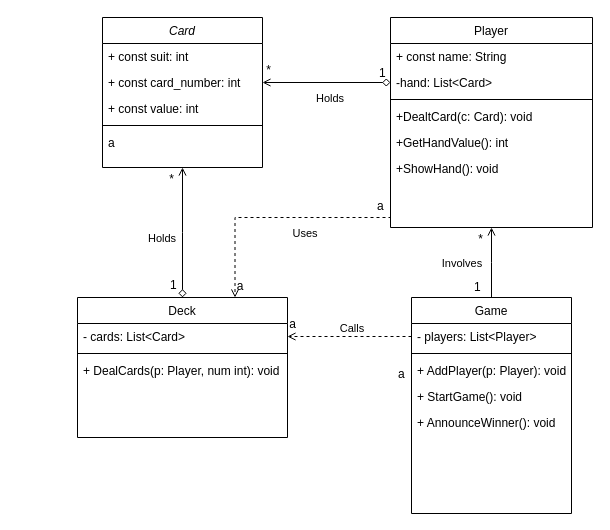
Above: assets/src/Deif exercise.drawio in Morsianeren/DeifExercisePublic (draw.io), before the change. Source tidied: cells renumbered, new cells numbered last; positions are measured from the earlier drawing's top-left corner, leaving out a move shared by most shapes. Both pictures are drawn from the tidied source at 100%, with x=0, y=0 at pixel (77, 17).
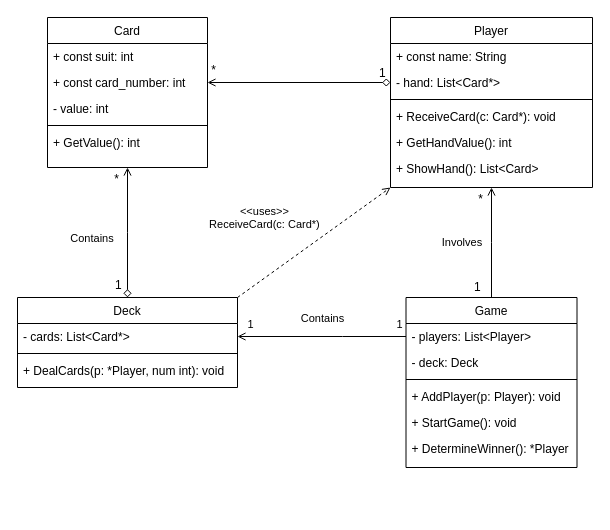
Above is the later version.

Unchanged cells that the change refers to:
```xml
<mxCell id="4" value="+ const card_number: int" style="text;align=left;verticalAlign=top;spacingLeft=4;spacingRight=4;overflow=hidden;points=[[0,0.5],[1,0.5]];portConstraint=eastwest;rounded=0;shadow=0;html=0;" parent="2" vertex="1">
  <mxGeometry y="52" width="160" height="26" as="geometry" />
</mxCell>
```

Diff of the diagram source:
```diff
@@
-    <mxCell id="2" value="Card" style="swimlane;fontStyle=2;align=center;verticalAlign=top;horizontal=1;startSize=26;rounded=0;shadow=0;strokeWidth=1;" parent="1" vertex="1">
-      <mxGeometry x="25" width="160" height="150" as="geometry" />
+    <mxCell id="2" value="Card" style="swimlane;fontStyle=0;align=center;verticalAlign=top;horizontal=1;startSize=26;rounded=0;shadow=0;strokeWidth=1;" parent="1" vertex="1">
+      <mxGeometry x="-30" width="160" height="150" as="geometry" />
     </mxCell>
@@
-    <mxCell id="5" value="+ const value: int" style="text;align=left;verticalAlign=top;spacingLeft=4;spacingRight=4;overflow=hidden;rounded=0;shadow=0;html=0;" parent="2" vertex="1">
+    <mxCell id="5" value="- value: int" style="text;align=left;verticalAlign=top;spacingLeft=4;spacingRight=4;overflow=hidden;rounded=0;shadow=0;html=0;" parent="2" vertex="1">
       <mxGeometry y="78" width="160" height="26" as="geometry" />
     </mxCell>
@@
-    <mxCell id="7" value="a" style="text;align=left;verticalAlign=top;spacingLeft=4;spacingRight=4;overflow=hidden;" parent="2" vertex="1">
+    <mxCell id="7" value="+ GetValue(): int" style="text;align=left;verticalAlign=top;spacingLeft=4;spacingRight=4;overflow=hidden;" parent="2" vertex="1">
       <mxGeometry y="112" width="160" height="26" as="geometry" />
     </mxCell>
     <mxCell id="8" value="Deck" style="swimlane;fontStyle=0;align=center;verticalAlign=top;horizontal=1;startSize=26;rounded=0;shadow=0;strokeWidth=1;" parent="1" vertex="1">
-      <mxGeometry y="280" width="210" height="140" as="geometry" />
+      <mxGeometry x="-60" y="280" width="220" height="90" as="geometry" />
     </mxCell>
-    <mxCell id="9" value="- cards: List&lt;Card&gt;" style="text;align=left;verticalAlign=top;spacingLeft=4;spacingRight=4;overflow=hidden;points=[[0,0.5],[1,0.5]];portConstraint=eastwest;" parent="8" vertex="1">
-      <mxGeometry y="26" width="210" height="26" as="geometry" />
+    <mxCell id="9" value="- cards: List&lt;Card*&gt;" style="text;align=left;verticalAlign=top;spacingLeft=4;spacingRight=4;overflow=hidden;points=[[0,0.5],[1,0.5]];portConstraint=eastwest;" parent="8" vertex="1">
+      <mxGeometry y="26" width="220" height="26" as="geometry" />
     </mxCell>
     <mxCell id="10" style="line;html=1;strokeWidth=1;align=left;verticalAlign=middle;spacingTop=-1;spacingLeft=3;spacingRight=3;labelPosition=right;" parent="8" vertex="1">
-      <mxGeometry y="52" width="210" height="8" as="geometry" />
+      <mxGeometry y="52" width="220" height="8" as="geometry" />
     </mxCell>
-    <mxCell id="11" value="+ DealCards(p: Player, num int): void" style="text;align=left;verticalAlign=top;spacingLeft=4;spacingRight=4;overflow=hidden;" parent="8" vertex="1">
-      <mxGeometry y="60" width="210" height="26" as="geometry" />
+    <mxCell id="11" value="+ DealCards(p: *Player, num int): void" style="text;align=left;verticalAlign=top;spacingLeft=4;spacingRight=4;overflow=hidden;" parent="8" vertex="1">
+      <mxGeometry y="60" width="220" height="26" as="geometry" />
     </mxCell>
     <mxCell id="12" value="Player" style="swimlane;fontStyle=0;align=center;verticalAlign=top;horizontal=1;startSize=26;rounded=0;shadow=0;strokeWidth=1;" parent="1" vertex="1">
-      <mxGeometry x="313" width="202" height="210" as="geometry" />
+      <mxGeometry x="313" width="202" height="170" as="geometry" />
     </mxCell>
@@
-    <mxCell id="14" value="-hand: List&lt;Card&gt;" style="text;align=left;verticalAlign=top;spacingLeft=4;spacingRight=4;overflow=hidden;points=[[0,0.5],[1,0.5]];portConstraint=eastwest;rounded=0;shadow=0;html=0;" parent="12" vertex="1">
+    <mxCell id="14" value="- hand: List&lt;Card*&gt;" style="text;align=left;verticalAlign=top;spacingLeft=4;spacingRight=4;overflow=hidden;points=[[0,0.5],[1,0.5]];portConstraint=eastwest;rounded=0;shadow=0;html=0;" parent="12" vertex="1">
       <mxGeometry y="52" width="202" height="26" as="geometry" />
     </mxCell>
@@
-    <mxCell id="16" value="+DealtCard(c: Card): void" style="text;align=left;verticalAlign=top;spacingLeft=4;spacingRight=4;overflow=hidden;" parent="12" vertex="1">
+    <mxCell id="16" value="+ ReceiveCard(c: Card*): void" style="text;align=left;verticalAlign=top;spacingLeft=4;spacingRight=4;overflow=hidden;" parent="12" vertex="1">
       <mxGeometry y="86" width="202" height="26" as="geometry" />
     </mxCell>
-    <mxCell id="17" value="+GetHandValue(): int" style="text;align=left;verticalAlign=top;spacingLeft=4;spacingRight=4;overflow=hidden;" parent="12" vertex="1">
+    <mxCell id="17" value="+ GetHandValue(): int" style="text;align=left;verticalAlign=top;spacingLeft=4;spacingRight=4;overflow=hidden;" parent="12" vertex="1">
       <mxGeometry y="112" width="202" height="26" as="geometry" />
     </mxCell>
-    <mxCell id="18" value="+ShowHand(): void" style="text;align=left;verticalAlign=top;spacingLeft=4;spacingRight=4;overflow=hidden;points=[[0,0.5],[1,0.5]];portConstraint=eastwest;" parent="12" vertex="1">
+    <mxCell id="18" value="+ ShowHand(): List&lt;Card&gt;" style="text;align=left;verticalAlign=top;spacingLeft=4;spacingRight=4;overflow=hidden;points=[[0,0.5],[1,0.5]];portConstraint=eastwest;" parent="12" vertex="1">
       <mxGeometry y="138" width="202" height="26" as="geometry" />
     </mxCell>
     <mxCell id="19" value="Game" style="swimlane;fontStyle=0;align=center;verticalAlign=top;horizontal=1;startSize=26;rounded=0;shadow=0;strokeWidth=1;" parent="1" vertex="1">
-      <mxGeometry x="334" y="280" width="160" height="216" as="geometry" />
+      <mxGeometry x="328.5" y="280" width="171" height="170" as="geometry" />
     </mxCell>
     <mxCell id="20" value="- players: List&lt;Player&gt;" style="text;align=left;verticalAlign=top;spacingLeft=4;spacingRight=4;overflow=hidden;points=[[0,0.5],[1,0.5]];portConstraint=eastwest;" parent="19" vertex="1">
-      <mxGeometry y="26" width="160" height="26" as="geometry" />
+      <mxGeometry y="26" width="171" height="26" as="geometry" />
     </mxCell>
+    <mxCell id="40" value="- deck: Deck" style="text;align=left;verticalAlign=top;spacingLeft=4;spacingRight=4;overflow=hidden;" parent="19" vertex="1">
+      <mxGeometry y="52" width="171" height="26" as="geometry" />
+    </mxCell>
     <mxCell id="21" style="line;html=1;strokeWidth=1;align=left;verticalAlign=middle;spacingTop=-1;spacingLeft=3;spacingRight=3;labelPosition=right;" parent="19" vertex="1">
-      <mxGeometry y="52" width="160" height="8" as="geometry" />
+      <mxGeometry y="78" width="171" height="8" as="geometry" />
     </mxCell>
     <mxCell id="22" value="+ AddPlayer(p: Player): void" style="text;align=left;verticalAlign=top;spacingLeft=4;spacingRight=4;overflow=hidden;" parent="19" vertex="1">
-      <mxGeometry y="60" width="160" height="26" as="geometry" />
+      <mxGeometry y="86" width="171" height="26" as="geometry" />
     </mxCell>
     <mxCell id="23" value="+ StartGame(): void" style="text;align=left;verticalAlign=top;spacingLeft=4;spacingRight=4;overflow=hidden;" parent="19" vertex="1">
-      <mxGeometry y="86" width="160" height="26" as="geometry" />
+      <mxGeometry y="112" width="171" height="26" as="geometry" />
     </mxCell>
-    <mxCell id="24" value="+ AnnounceWinner(): void" style="text;align=left;verticalAlign=top;spacingLeft=4;spacingRight=4;overflow=hidden;" parent="19" vertex="1">
-      <mxGeometry y="112" width="160" height="26" as="geometry" />
+    <mxCell id="24" value="+ DetermineWinner(): *Player" style="text;align=left;verticalAlign=top;spacingLeft=4;spacingRight=4;overflow=hidden;" parent="19" vertex="1">
+      <mxGeometry y="138" width="171" height="26" as="geometry" />
     </mxCell>
-    <mxCell id="25" value="Holds" style="endArrow=open;shadow=0;strokeWidth=1;rounded=0;curved=0;endFill=0;edgeStyle=elbowEdgeStyle;elbow=vertical;entryX=0.5;entryY=1;entryDx=0;entryDy=0;exitX=0.5;exitY=0;exitDx=0;exitDy=0;startArrow=diamond;startFill=0;" parent="1" edge="1" source="8" target="2">
-      <mxGeometry x="-0.08" y="20" relative="1" as="geometry" />
+    <mxCell id="25" value="Contains" style="endArrow=open;shadow=0;strokeWidth=1;rounded=0;curved=0;endFill=0;edgeStyle=elbowEdgeStyle;elbow=vertical;entryX=0.5;entryY=1;entryDx=0;entryDy=0;exitX=0.5;exitY=0;exitDx=0;exitDy=0;startArrow=diamond;startFill=0;" parent="1" edge="1" source="8" target="2">
+      <mxGeometry x="-0.08" y="35" relative="1" as="geometry" />
     </mxCell>
@@
-    <mxCell id="31" value="Holds" style="endArrow=open;shadow=0;strokeWidth=1;rounded=0;curved=0;endFill=0;edgeStyle=elbowEdgeStyle;elbow=vertical;exitX=0;exitY=0.5;exitDx=0;exitDy=0;entryX=1;entryY=0.5;entryDx=0;entryDy=0;startArrow=diamond;startFill=0;" parent="1" edge="1" source="14" target="4">
-      <mxGeometry x="-0.06" y="15" relative="1" as="geometry" />
+    <mxCell id="31" style="endArrow=open;shadow=0;strokeWidth=1;rounded=0;curved=0;endFill=0;edgeStyle=elbowEdgeStyle;elbow=vertical;exitX=0;exitY=0.5;exitDx=0;exitDy=0;entryX=1;entryY=0.5;entryDx=0;entryDy=0;startArrow=diamond;startFill=0;" parent="1" edge="1" source="14" target="4">
+      <mxGeometry y="15" relative="1" as="geometry" />
     </mxCell>
@@
-    <mxCell id="34" value="Uses" style="endArrow=open;shadow=0;strokeWidth=1;rounded=0;curved=0;endFill=0;edgeStyle=elbowEdgeStyle;elbow=vertical;entryX=0.75;entryY=0;entryDx=0;entryDy=0;exitX=0;exitY=0.5;exitDx=0;exitDy=0;dashed=1;" parent="1" edge="1" source="18" target="8">
-      <mxGeometry x="-0.06" y="15" relative="1" as="geometry">
-        <Array as="points">
-          <mxPoint x="205" y="200" />
-        </Array>
-      </mxGeometry>
+    <mxCell id="34" value="&lt;&lt;uses&gt;&gt;&#10;ReceiveCard(c: Card*)" style="endArrow=open;shadow=0;strokeWidth=1;rounded=0;endFill=0;elbow=vertical;exitX=1;exitY=0;exitDx=0;exitDy=0;dashed=1;entryX=0;entryY=1;entryDx=0;entryDy=0;" parent="1" edge="1" source="8" target="12">
+      <mxGeometry x="-0.27" y="49" relative="1" as="geometry" />
     </mxCell>
-    <mxCell id="35" value="a" style="align=left;verticalAlign=bottom;labelBackgroundColor=none;fontSize=12;" parent="34" vertex="1">
-      <mxGeometry x="-1" relative="1" as="geometry">
-        <mxPoint x="-15" y="46" as="offset" />
-      </mxGeometry>
-    </mxCell>
-    <mxCell id="36" value="a" style="align=right;verticalAlign=bottom;labelBackgroundColor=none;fontSize=12;" parent="34" vertex="1">
-      <mxGeometry x="1" relative="1" as="geometry">
-        <mxPoint x="10" y="-4" as="offset" />
-      </mxGeometry>
-    </mxCell>
-    <mxCell id="37" value="Calls" style="endArrow=open;shadow=0;strokeWidth=1;rounded=0;curved=0;endFill=0;edgeStyle=elbowEdgeStyle;elbow=vertical;entryX=1;entryY=0.5;entryDx=0;entryDy=0;exitX=0;exitY=0.5;exitDx=0;exitDy=0;dashed=1;" parent="1" edge="1" source="20" target="9">
-      <mxGeometry x="-0.05" y="-9" relative="1" as="geometry">
+    <mxCell id="37" value="Contains" style="endArrow=open;shadow=0;strokeWidth=1;rounded=0;curved=0;endFill=0;edgeStyle=elbowEdgeStyle;elbow=vertical;entryX=1;entryY=0.5;entryDx=0;entryDy=0;exitX=0;exitY=0.5;exitDx=0;exitDy=0;" parent="1" edge="1" source="20" target="9">
+      <mxGeometry x="-0.01" y="-19" relative="1" as="geometry">
         <Array as="points">
           <mxPoint x="265" y="319" />
         </Array>
       </mxGeometry>
     </mxCell>
-    <mxCell id="38" value="a" style="align=left;verticalAlign=bottom;labelBackgroundColor=none;fontSize=12;" parent="37" vertex="1">
-      <mxGeometry x="-1" relative="1" as="geometry">
-        <mxPoint x="-15" y="46" as="offset" />
-      </mxGeometry>
-    </mxCell>
-    <mxCell id="39" value="a" style="align=right;verticalAlign=bottom;labelBackgroundColor=none;fontSize=12;" parent="37" vertex="1">
-      <mxGeometry x="1" relative="1" as="geometry">
-        <mxPoint x="10" y="-4" as="offset" />
-      </mxGeometry>
-    </mxCell>
+    <mxCell id="41" value="1" style="edgeLabel;html=1;align=center;verticalAlign=middle;" parent="37" vertex="1">
+      <mxGeometry x="-0.78" relative="1" as="geometry">
+        <mxPoint x="12" y="-13" as="offset" />
+      </mxGeometry>
+    </mxCell>
+    <mxCell id="42" value="1" style="edgeLabel;html=1;align=center;verticalAlign=middle;" parent="37" vertex="1">
+      <mxGeometry x="0.81" y="-1" relative="1" as="geometry">
+        <mxPoint x="-4" y="-12" as="offset" />
+      </mxGeometry>
+    </mxCell>
```
